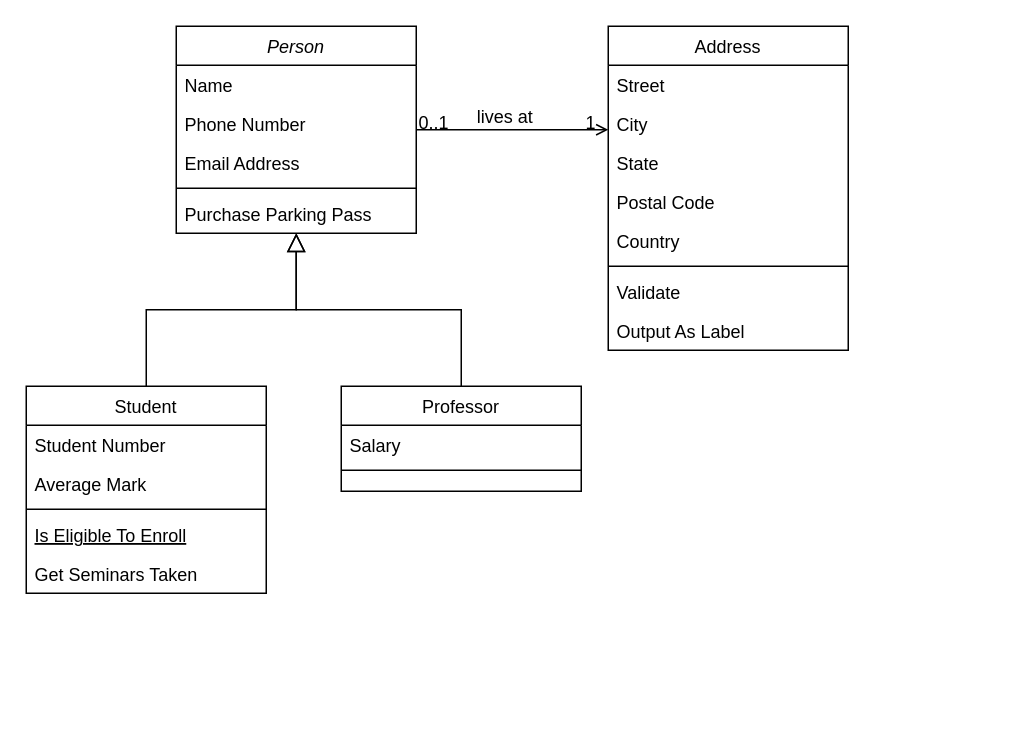
Earlier version of the draw.io diagram game /Untitled Diagram.drawio (Louna2301/oc20-). Source tidied: cells renumbered, new cells numbered last; positions are measured from the earlier drawing's top-left corner, leaving out a move shared by most shapes. Both pictures are drawn from the tidied source at 150%, with x=0, y=0 at pixel (26, 26).
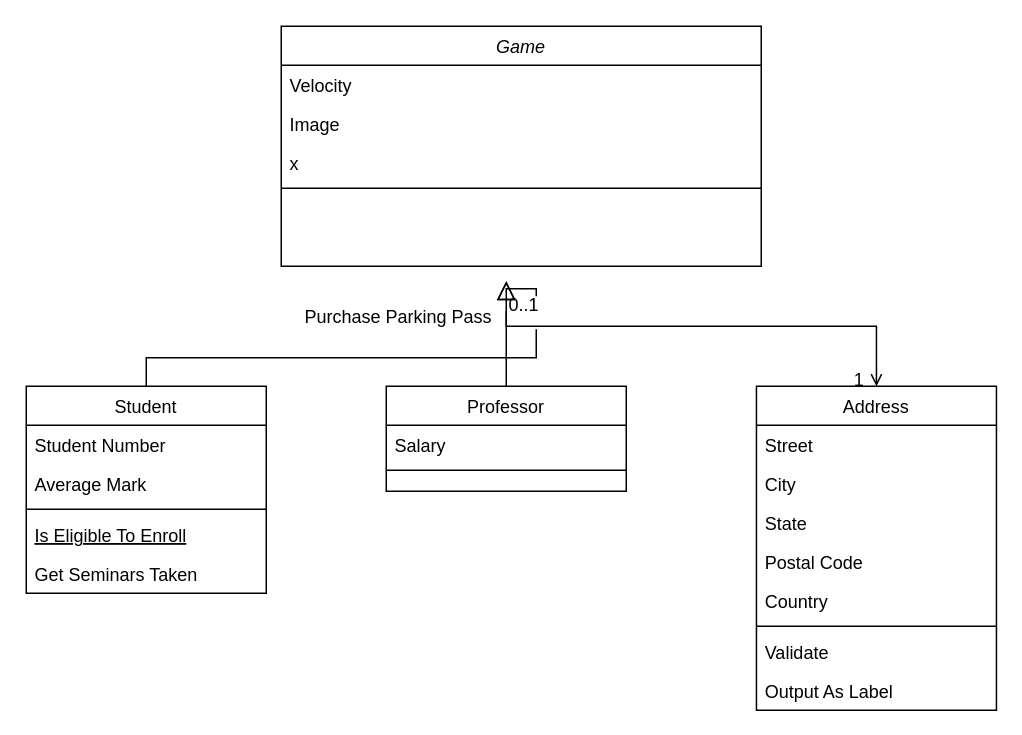
The same diagram, later.

Unchanged cells that the change refers to:
```xml
<mxCell id="8" value="Student" style="swimlane;fontStyle=0;align=center;verticalAlign=top;horizontal=1;startSize=26;rounded=0;shadow=0;strokeWidth=1;" parent="1" vertex="1">
  <mxGeometry y="240" width="160" height="138" as="geometry" />
</mxCell>
```

Change to the diagram source:
```diff
@@
-    <mxCell id="2" value="Person" style="swimlane;fontStyle=2;align=center;verticalAlign=top;horizontal=1;startSize=26;rounded=0;shadow=0;strokeWidth=1;" parent="1" vertex="1">
-      <mxGeometry x="100" width="160" height="138" as="geometry" />
+    <mxCell id="2" value="Game" style="swimlane;fontStyle=2;align=center;verticalAlign=top;horizontal=1;startSize=26;rounded=0;shadow=0;strokeWidth=1;" parent="1" vertex="1">
+      <mxGeometry x="170" width="320" height="160" as="geometry" />
     </mxCell>
-    <mxCell id="3" value="Name" style="text;align=left;verticalAlign=top;spacingLeft=4;spacingRight=4;overflow=hidden;" parent="2" vertex="1">
-      <mxGeometry y="26" width="160" height="26" as="geometry" />
+    <mxCell id="3" value="Velocity" style="text;align=left;verticalAlign=top;spacingLeft=4;spacingRight=4;overflow=hidden;" parent="2" vertex="1">
+      <mxGeometry y="26" width="320" height="26" as="geometry" />
     </mxCell>
-    <mxCell id="4" value="Phone Number" style="text;align=left;verticalAlign=top;spacingLeft=4;spacingRight=4;overflow=hidden;rounded=0;shadow=0;html=0;" parent="2" vertex="1">
-      <mxGeometry y="52" width="160" height="26" as="geometry" />
+    <mxCell id="4" value="Image" style="text;align=left;verticalAlign=top;spacingLeft=4;spacingRight=4;overflow=hidden;rounded=0;shadow=0;html=0;" parent="2" vertex="1">
+      <mxGeometry y="52" width="320" height="26" as="geometry" />
     </mxCell>
-    <mxCell id="5" value="Email Address" style="text;align=left;verticalAlign=top;spacingLeft=4;spacingRight=4;overflow=hidden;rounded=0;shadow=0;html=0;" parent="2" vertex="1">
-      <mxGeometry y="78" width="160" height="26" as="geometry" />
+    <mxCell id="5" value="x&#10;" style="text;align=left;verticalAlign=top;spacingLeft=4;spacingRight=4;overflow=hidden;rounded=0;shadow=0;html=0;" parent="2" vertex="1">
+      <mxGeometry y="78" width="320" height="26" as="geometry" />
     </mxCell>
     <mxCell id="6" style="line;html=1;strokeWidth=1;align=left;verticalAlign=middle;spacingTop=-1;spacingLeft=3;spacingRight=3;labelPosition=right;" parent="2" vertex="1">
-      <mxGeometry y="104" width="160" height="8" as="geometry" />
+      <mxGeometry y="104" width="320" height="8" as="geometry" />
     </mxCell>
-    <mxCell id="7" value="Purchase Parking Pass" style="text;align=left;verticalAlign=top;spacingLeft=4;spacingRight=4;overflow=hidden;points=[[0,0.5],[1,0.5]];portConstraint=eastwest;" parent="2" vertex="1">
-      <mxGeometry y="112" width="160" height="26" as="geometry" />
-    </mxCell>
@@
-    <mxCell id="14" style="endArrow=block;endSize=10;endFill=0;shadow=0;strokeWidth=1;rounded=0;edgeStyle=elbowEdgeStyle;elbow=vertical;" parent="1" edge="1" source="8" target="2">
-      <mxGeometry relative="1" as="geometry" />
+    <mxCell id="14" style="endArrow=block;endSize=10;endFill=0;shadow=0;strokeWidth=1;rounded=0;edgeStyle=elbowEdgeStyle;elbow=vertical;startArrow=none;" parent="1" edge="1" source="7">
+      <mxGeometry relative="1" as="geometry">
+        <mxPoint x="320" y="170" as="targetPoint" />
+      </mxGeometry>
     </mxCell>
     <mxCell id="15" value="Professor" style="swimlane;fontStyle=0;align=center;verticalAlign=top;horizontal=1;startSize=26;rounded=0;shadow=0;strokeWidth=1;" parent="1" vertex="1">
-      <mxGeometry x="210" y="240" width="160" height="70" as="geometry" />
+      <mxGeometry x="240" y="240" width="160" height="70" as="geometry" />
     </mxCell>
@@
-    <mxCell id="18" style="endArrow=block;endSize=10;endFill=0;shadow=0;strokeWidth=1;rounded=0;edgeStyle=elbowEdgeStyle;elbow=vertical;" parent="1" edge="1" source="15" target="2">
-      <mxGeometry relative="1" as="geometry" />
+    <mxCell id="18" style="endArrow=block;endSize=10;endFill=0;shadow=0;strokeWidth=1;rounded=0;edgeStyle=elbowEdgeStyle;elbow=vertical;" parent="1" edge="1" source="15">
+      <mxGeometry relative="1" as="geometry">
+        <mxPoint x="320" y="170" as="targetPoint" />
+        <Array as="points">
+          <mxPoint x="320" y="170" />
+        </Array>
+      </mxGeometry>
     </mxCell>
     <mxCell id="19" value="Address" style="swimlane;fontStyle=0;align=center;verticalAlign=top;horizontal=1;startSize=26;rounded=0;shadow=0;strokeWidth=1;" parent="1" vertex="1">
-      <mxGeometry x="388" width="160" height="216" as="geometry" />
+      <mxGeometry x="486.8" y="240" width="160" height="216" as="geometry" />
     </mxCell>
@@
-    <mxCell id="28" style="endArrow=open;shadow=0;strokeWidth=1;rounded=0;endFill=1;edgeStyle=elbowEdgeStyle;elbow=vertical;" parent="1" edge="1" source="2" target="19">
+    <mxCell id="28" style="endArrow=open;shadow=0;strokeWidth=1;rounded=0;endFill=1;edgeStyle=elbowEdgeStyle;elbow=vertical;" parent="1" edge="1" target="19">
       <mxGeometry x="0.5" y="41" relative="1" as="geometry">
+        <mxPoint x="320" y="190" as="sourcePoint" />
+        <Array as="points">
+          <mxPoint x="350" y="200" />
+          <mxPoint x="350" y="210" />
+        </Array>
         <mxPoint x="-40" y="32" as="offset" />
       </mxGeometry>
     </mxCell>
@@
-    <mxCell id="31" value="lives at" style="text;html=1;align=center;verticalAlign=middle;labelBackgroundColor=none;rounded=0;shadow=0;strokeWidth=1;fontSize=12;" parent="28" vertex="1">
-      <mxGeometry x="0.5" y="49" relative="1" as="geometry">
-        <mxPoint x="-38" y="40" as="offset" />
-      </mxGeometry>
-    </mxCell>
+    <mxCell id="7" value="Purchase Parking Pass" style="text;align=left;verticalAlign=top;spacingLeft=4;spacingRight=4;overflow=hidden;points=[[0,0.5],[1,0.5]];portConstraint=eastwest;" parent="1" vertex="1">
+      <mxGeometry x="180" y="180" width="320" height="22" as="geometry" />
+    </mxCell>
+    <mxCell id="32" style="endArrow=none;endSize=10;endFill=0;shadow=0;strokeWidth=1;rounded=0;edgeStyle=elbowEdgeStyle;elbow=vertical;" parent="1" edge="1" source="8" target="7">
+      <mxGeometry relative="1" as="geometry" />
+    </mxCell>
```
